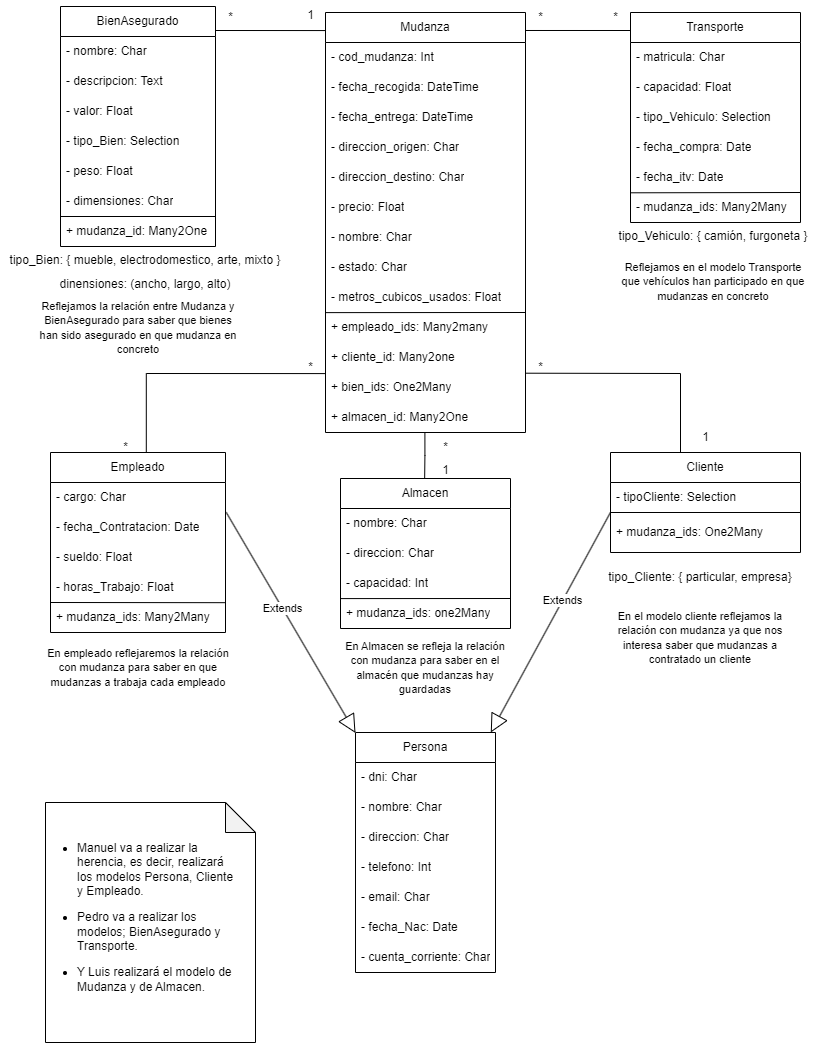
Earlier version of the draw.io export DIAGRAMA/DiagramaDeClasesQUINTOCARGO.png (ManoloDisaronnor/QUINTOCARGO). Source tidied: cells renumbered, new cells last; positions are measured from the earlier drawing's top-left corner, leaving out a move shared by most shapes.
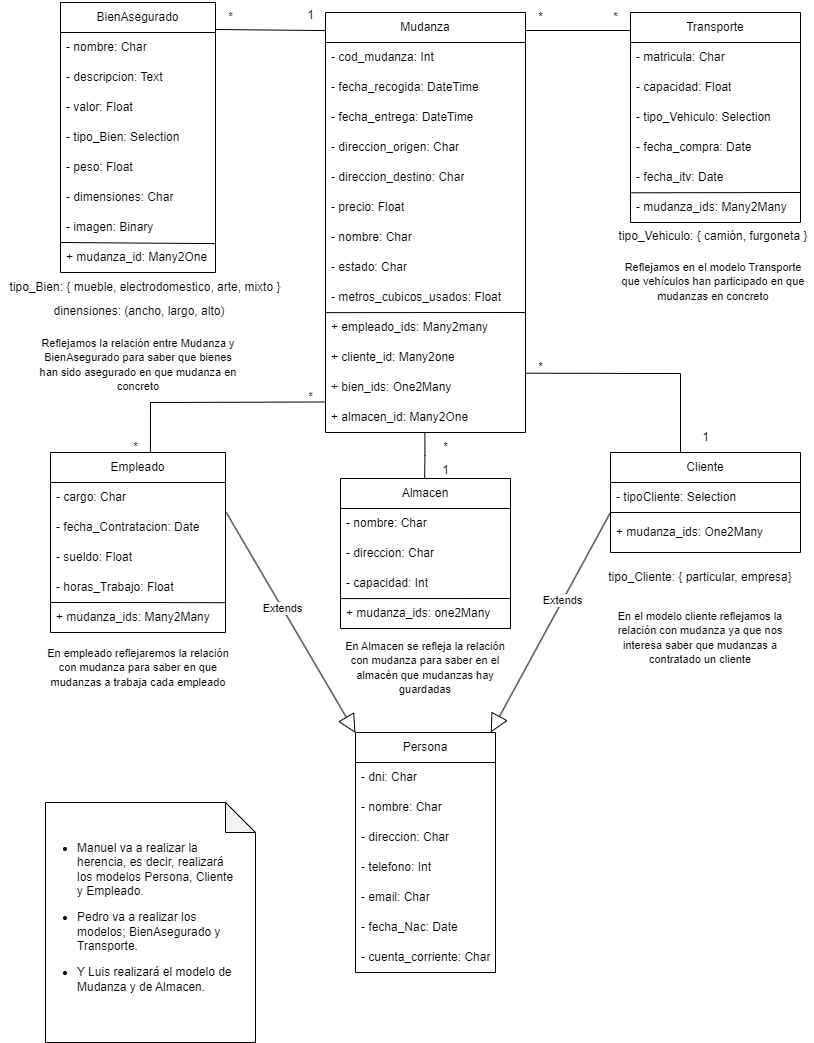
Later version of the same file.

The edit, as a diff of the source:
```diff
@@ -121,7 +121,7 @@
       <mxGeometry y="60" width="190" height="40" as="geometry" />
     </mxCell>
     <mxCell id="38" value="BienAsegurado" style="swimlane;fontStyle=0;horizontal=1;startSize=30;whiteSpace=wrap;html=1;" parent="1" vertex="1">
-      <mxGeometry x="60" y="6" width="155" height="240" as="geometry" />
+      <mxGeometry x="60" y="2" width="155" height="270" as="geometry" />
     </mxCell>
     <mxCell id="39" value="- nombre: Char" style="text;strokeColor=none;fillColor=none;align=left;verticalAlign=middle;spacingLeft=4;spacingRight=4;overflow=hidden;whiteSpace=wrap;html=1;" parent="38" vertex="1">
       <mxGeometry y="30" width="155" height="30" as="geometry" />
@@ -141,22 +141,23 @@
     <mxCell id="44" value="- dimensiones: Char" style="text;strokeColor=none;fillColor=none;align=left;verticalAlign=middle;spacingLeft=4;spacingRight=4;overflow=hidden;whiteSpace=wrap;html=1;" parent="38" vertex="1">
       <mxGeometry y="180" width="155" height="30" as="geometry" />
     </mxCell>
+    <mxCell id="87" value="- imagen: Binary" style="text;strokeColor=none;fillColor=none;align=left;verticalAlign=middle;spacingLeft=4;spacingRight=4;overflow=hidden;whiteSpace=wrap;html=1;" parent="38" vertex="1">
+      <mxGeometry y="210" width="155" height="30" as="geometry" />
+    </mxCell>
     <mxCell id="45" value="+ mudanza_id: Many2One" style="text;strokeColor=none;fillColor=none;align=left;verticalAlign=middle;spacingLeft=4;spacingRight=4;overflow=hidden;points=[[0,0.5],[1,0.5]];portConstraint=eastwest;whiteSpace=wrap;html=1;" parent="38" vertex="1">
-      <mxGeometry y="210" width="155" height="30" as="geometry" />
+      <mxGeometry y="240" width="155" height="30" as="geometry" />
     </mxCell>
-    <mxCell id="46" style="endArrow=none;html=1;rounded=0;exitX=-0.003;exitY=0;exitDx=0;exitDy=0;exitPerimeter=0;" parent="38" edge="1" source="45">
-      <mxGeometry relative="1" as="geometry">
-        <mxPoint x="155" y="210" as="targetPoint" />
-      </mxGeometry>
+    <mxCell id="46" style="endArrow=none;html=1;rounded=0;exitX=-0.003;exitY=0;exitDx=0;exitDy=0;exitPerimeter=0;entryX=0.998;entryY=0.037;entryDx=0;entryDy=0;entryPerimeter=0;" parent="38" edge="1" source="45" target="45">
+      <mxGeometry relative="1" as="geometry" />
     </mxCell>
     <mxCell id="47" value="tipo_Vehiculo: { camión, furgoneta }" style="text;html=1;align=center;verticalAlign=middle;whiteSpace=wrap;rounded=0;" parent="1" vertex="1">
       <mxGeometry x="613" y="221" width="200" height="30" as="geometry" />
     </mxCell>
     <mxCell id="48" value="tipo_Bien: { mueble, electrodomestico, arte, mixto }" style="text;html=1;align=center;verticalAlign=middle;whiteSpace=wrap;rounded=0;" parent="1" vertex="1">
-      <mxGeometry y="245" width="290" height="30" as="geometry" />
+      <mxGeometry y="272" width="290" height="30" as="geometry" />
     </mxCell>
     <mxCell id="49" value="dinensiones: (ancho, largo, alto)" style="text;html=1;align=center;verticalAlign=middle;whiteSpace=wrap;rounded=0;" parent="1" vertex="1">
-      <mxGeometry x="45" y="269" width="200" height="30" as="geometry" />
+      <mxGeometry x="39" y="296" width="200" height="30" as="geometry" />
     </mxCell>
     <mxCell id="50" value="1" style="text;html=1;align=center;verticalAlign=middle;strokeColor=none;fillColor=none;" parent="1" vertex="1">
       <mxGeometry x="295" width="30" height="30" as="geometry" />
@@ -177,7 +178,7 @@
       <mxGeometry x="690" y="422" width="30" height="30" as="geometry" />
     </mxCell>
     <mxCell id="56" value="*" style="text;html=1;align=center;verticalAlign=middle;points=[];strokeColor=none;fillColor=none;" parent="1" vertex="1">
-      <mxGeometry x="295" y="352" width="30" height="30" as="geometry" />
+      <mxGeometry x="295" y="382" width="30" height="30" as="geometry" />
     </mxCell>
     <mxCell id="57" value="Empleado" style="swimlane;fontStyle=0;horizontal=1;startSize=30;whiteSpace=wrap;html=1;" parent="1" vertex="1">
       <mxGeometry x="50" y="452" width="175" height="180" as="geometry" />
@@ -203,7 +204,7 @@
       <mxGeometry y="150" width="175" height="30" as="geometry" />
     </mxCell>
     <mxCell id="64" value="*" style="text;html=1;align=center;verticalAlign=middle;strokeColor=none;fillColor=none;" parent="1" vertex="1">
-      <mxGeometry x="110" y="432" width="30" height="30" as="geometry" />
+      <mxGeometry x="120" y="432" width="30" height="30" as="geometry" />
     </mxCell>
     <mxCell id="65" value="Extends" style="endArrow=block;endSize=16;endFill=0;html=1;rounded=0;exitX=1.004;exitY=-0.007;exitDx=0;exitDy=0;exitPerimeter=0;" parent="1" edge="1" source="59" target="25">
       <mxGeometry x="-0.12" relative="1" as="geometry" />
@@ -251,11 +252,10 @@
         <mxPoint x="630" y="30" as="targetPoint" />
       </mxGeometry>
     </mxCell>
-    <mxCell id="79" style="endArrow=none;html=1;rounded=0;exitX=1.013;exitY=0.703;exitDx=0;exitDy=0;exitPerimeter=0;" parent="1" edge="1" source="56">
+    <mxCell id="79" style="endArrow=none;html=1;rounded=0;exitX=0;exitY=-0.017;exitDx=0;exitDy=0;exitPerimeter=0;entryX=0.571;entryY=0.002;entryDx=0;entryDy=0;entryPerimeter=0;" parent="1" edge="1" source="16" target="57">
       <mxGeometry relative="1" as="geometry">
-        <mxPoint x="145.8" y="452" as="targetPoint" />
         <Array as="points">
-          <mxPoint x="145.8" y="373" />
+          <mxPoint x="150" y="402" />
         </Array>
       </mxGeometry>
     </mxCell>
@@ -263,7 +263,7 @@
       <mxGeometry x="613" y="266" width="200" height="30" as="geometry" />
     </mxCell>
     <mxCell id="81" value="&lt;font style=&quot;font-size: 11px;&quot;&gt;Reflejamos la relación entre Mudanza y BienAsegurado para saber que bienes han sido asegurado en que mudanza en concreto&lt;/font&gt;" style="text;html=1;align=center;verticalAlign=middle;whiteSpace=wrap;rounded=0;" parent="1" vertex="1">
-      <mxGeometry x="37.5" y="312" width="200" height="30" as="geometry" />
+      <mxGeometry x="37.5" y="349" width="200" height="30" as="geometry" />
     </mxCell>
     <mxCell id="82" value="&lt;font style=&quot;font-size: 11px;&quot;&gt;En el modelo cliente reflejamos la relación con mudanza ya que nos interesa saber que mudanzas a contratado un cliente&lt;/font&gt;" style="text;html=1;align=center;verticalAlign=middle;whiteSpace=wrap;rounded=0;" parent="1" vertex="1">
       <mxGeometry x="600" y="622" width="200" height="30" as="geometry" />
```
